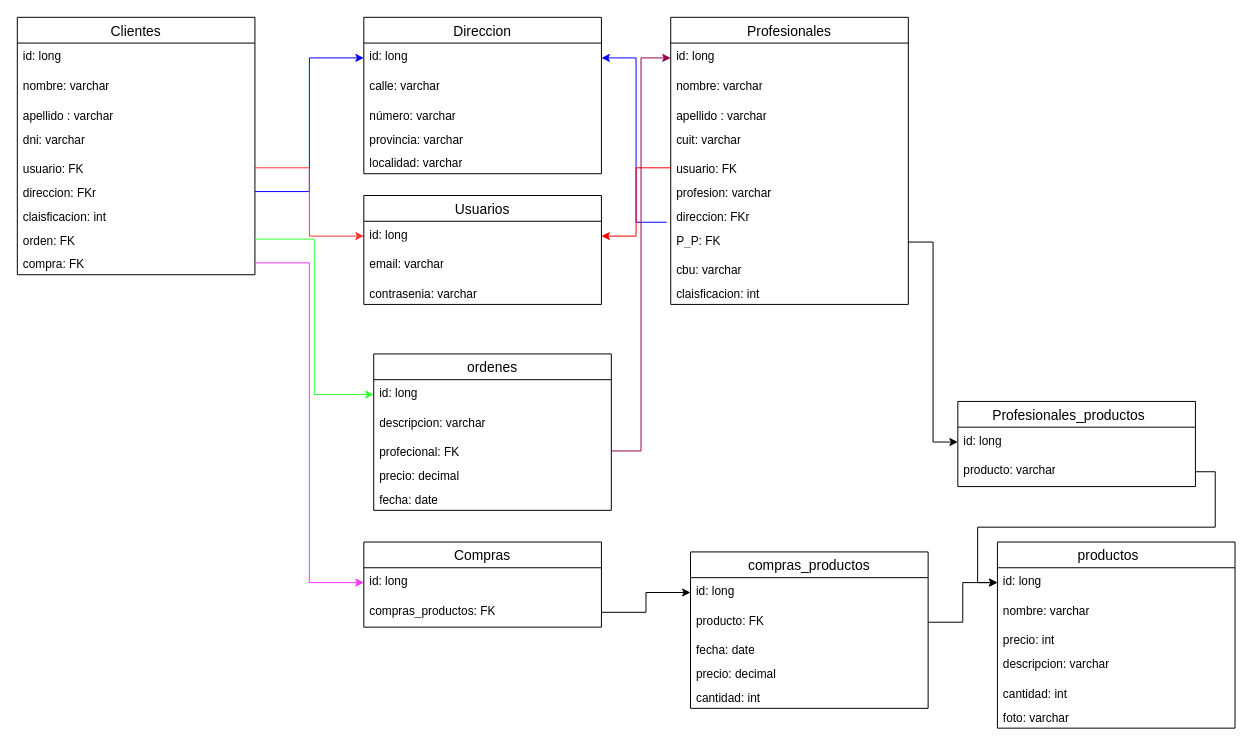
Earlier version of the draw.io diagram proyecto/BBDD(2).drawio (nicordz/Talentium). Source tidied: cells renumbered, new cells numbered last; positions are measured from the earlier drawing's top-left corner, leaving out a move shared by most shapes. Both pictures are drawn from the tidied source at 99%, with x=0, y=0 at pixel (17, 17).
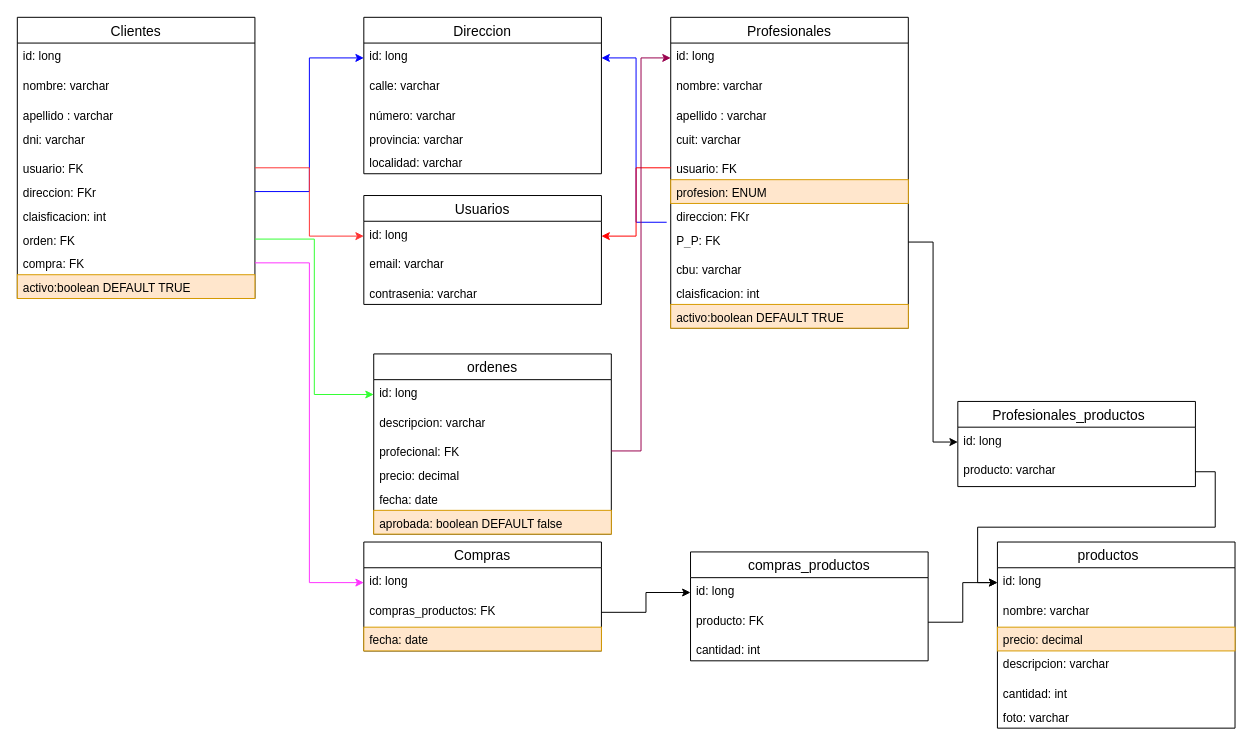
Above is the later version.

Commit message (it also covers changes not shown here):
modificando la BBDD

The change refers to these unchanged cells:
```xml
<mxCell id="37" value="productos     " style="swimlane;fontStyle=0;horizontal=1;startSize=26;align=center;fontSize=14;" parent="1" vertex="1">
  <mxGeometry x="990" y="530" width="240" height="188" as="geometry" />
</mxCell>
```

Change to the diagram source:
```diff
@@
     <mxCell id="2" value="Clientes" style="swimlane;fontStyle=0;horizontal=1;startSize=26;align=center;fontSize=14;" parent="1" vertex="1">
-      <mxGeometry width="240" height="260" as="geometry" />
+      <mxGeometry width="240" height="284" as="geometry" />
     </mxCell>
@@
+    <mxCell id="69" value="activo:boolean DEFAULT TRUE " style="text;strokeColor=#d79b00;fillColor=#ffe6cc;spacingLeft=4;spacingRight=4;overflow=hidden;fontSize=12;whiteSpace=wrap;html=1;" parent="2" vertex="1">
+      <mxGeometry y="260" width="240" height="24" as="geometry" />
+    </mxCell>
@@
     <mxCell id="24" value="Profesionales" style="swimlane;fontStyle=0;horizontal=1;startSize=26;align=center;fontSize=14;" parent="1" vertex="1">
-      <mxGeometry x="660" width="240" height="290" as="geometry" />
+      <mxGeometry x="660" width="240" height="314" as="geometry" />
     </mxCell>
@@
-    <mxCell id="30" value="profesion: varchar" style="text;strokeColor=none;fillColor=none;spacingLeft=4;spacingRight=4;overflow=hidden;fontSize=12;whiteSpace=wrap;html=1;" parent="24" vertex="1">
+    <mxCell id="30" value="profesion: ENUM " style="text;strokeColor=#d79b00;fillColor=#ffe6cc;spacingLeft=4;spacingRight=4;overflow=hidden;fontSize=12;whiteSpace=wrap;html=1;" parent="24" vertex="1">
       <mxGeometry y="164" width="240" height="24" as="geometry" />
     </mxCell>
@@
+    <mxCell id="70" value="activo:boolean DEFAULT TRUE " style="text;strokeColor=#d79b00;fillColor=#ffe6cc;spacingLeft=4;spacingRight=4;overflow=hidden;fontSize=12;whiteSpace=wrap;html=1;" parent="24" vertex="1">
+      <mxGeometry y="290" width="240" height="24" as="geometry" />
+    </mxCell>
@@
-    <mxCell id="40" value="precio: int " style="text;strokeColor=none;fillColor=none;spacingLeft=4;spacingRight=4;overflow=hidden;fontSize=12;whiteSpace=wrap;html=1;" parent="37" vertex="1">
+    <mxCell id="40" value="&lt;div&gt;precio: decimal&lt;/div&gt;&lt;div&gt;&lt;br&gt; &lt;/div&gt;" style="text;strokeColor=#d79b00;fillColor=#ffe6cc;spacingLeft=4;spacingRight=4;overflow=hidden;fontSize=12;whiteSpace=wrap;html=1;" parent="37" vertex="1">
       <mxGeometry y="86" width="240" height="24" as="geometry" />
     </mxCell>
@@
     <mxCell id="49" value="ordenes" style="swimlane;fontStyle=0;horizontal=1;startSize=26;align=center;fontSize=14;" parent="1" vertex="1">
-      <mxGeometry x="360" y="340" width="240" height="158" as="geometry" />
+      <mxGeometry x="360" y="340" width="240" height="182" as="geometry" />
     </mxCell>
@@
+    <mxCell id="65" value="aprobada: boolean DEFAULT false" style="text;strokeColor=#d79b00;fillColor=#ffe6cc;spacingLeft=4;spacingRight=4;overflow=hidden;fontSize=12;whiteSpace=wrap;html=1;" parent="49" vertex="1">
+      <mxGeometry y="158" width="240" height="24" as="geometry" />
+    </mxCell>
@@
     <mxCell id="57" value="Compras" style="swimlane;fontStyle=0;horizontal=1;startSize=26;align=center;fontSize=14;" parent="1" vertex="1">
-      <mxGeometry x="350" y="530" width="240" height="86" as="geometry" />
+      <mxGeometry x="350" y="530" width="240" height="110" as="geometry" />
     </mxCell>
@@
+    <mxCell id="64" value="fecha: date" style="text;strokeColor=#d79b00;fillColor=#ffe6cc;spacingLeft=4;spacingRight=4;overflow=hidden;fontSize=12;whiteSpace=wrap;html=1;" parent="57" vertex="1">
+      <mxGeometry y="86" width="240" height="24" as="geometry" />
+    </mxCell>
@@
     <mxCell id="61" value="compras_productos" style="swimlane;fontStyle=0;horizontal=1;startSize=26;align=center;fontSize=14;" parent="1" vertex="1">
-      <mxGeometry x="680" y="540" width="240" height="158" as="geometry" />
+      <mxGeometry x="680" y="540" width="240" height="110" as="geometry" />
     </mxCell>
@@
-    <mxCell id="64" value="fecha: date" style="text;strokeColor=none;fillColor=none;spacingLeft=4;spacingRight=4;overflow=hidden;fontSize=12;whiteSpace=wrap;html=1;" parent="61" vertex="1">
-      <mxGeometry y="86" width="240" height="24" as="geometry" />
-    </mxCell>
-    <mxCell id="65" value="precio: decimal" style="text;strokeColor=none;fillColor=none;spacingLeft=4;spacingRight=4;overflow=hidden;fontSize=12;whiteSpace=wrap;html=1;" parent="61" vertex="1">
-      <mxGeometry y="110" width="240" height="24" as="geometry" />
-    </mxCell>
     <mxCell id="66" value="cantidad: int" style="text;strokeColor=none;fillColor=none;spacingLeft=4;spacingRight=4;overflow=hidden;fontSize=12;whiteSpace=wrap;html=1;" parent="61" vertex="1">
-      <mxGeometry y="134" width="240" height="24" as="geometry" />
+      <mxGeometry y="86" width="240" height="24" as="geometry" />
     </mxCell>
```
